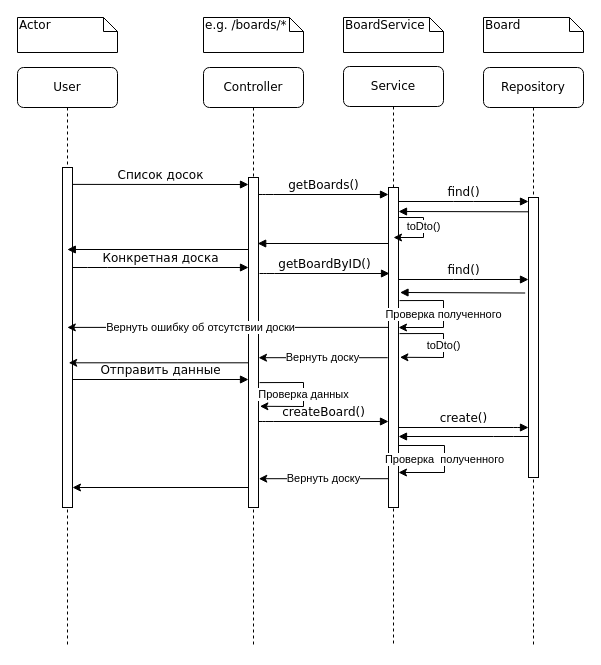
StanEkso/kanban-projecting keeps this draw.io diagram as sequence.drawio. Above is the earlier version. Source tidied: cells renumbered, new cells numbered last; positions are measured from the earlier drawing's top-left corner, leaving out a move shared by most shapes. Both pictures are drawn from the tidied source at 100%, with x=0, y=0 at pixel (17, 17).
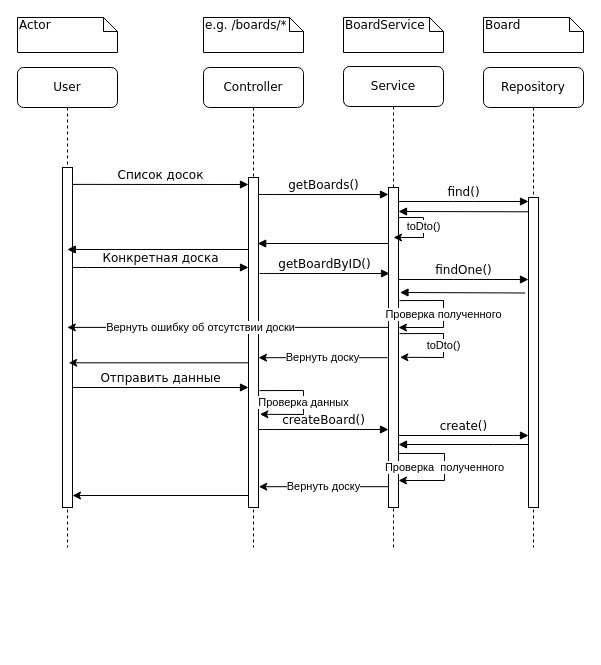
After the change.

Commit message:
fix: sequence renames

Change to the diagram source:
```diff
@@
     <mxCell id="2" value="Controller" style="shape=umlLifeline;perimeter=lifelinePerimeter;whiteSpace=wrap;html=1;rounded=1;shadow=0;comic=0;labelBackgroundColor=none;strokeWidth=1;fontFamily=Verdana;fontSize=12;align=center;" parent="1" vertex="1">
-      <mxGeometry x="186" y="50" width="100" height="580" as="geometry" />
+      <mxGeometry x="186" y="50" width="100" height="480" as="geometry" />
     </mxCell>
@@
     <mxCell id="4" value="Service" style="shape=umlLifeline;perimeter=lifelinePerimeter;whiteSpace=wrap;html=1;rounded=1;shadow=0;comic=0;labelBackgroundColor=none;strokeWidth=1;fontFamily=Verdana;fontSize=12;align=center;" parent="1" vertex="1">
-      <mxGeometry x="326" y="49" width="100" height="580" as="geometry" />
+      <mxGeometry x="326" y="49" width="100" height="481" as="geometry" />
     </mxCell>
@@
     <mxCell id="6" value="Repository" style="shape=umlLifeline;perimeter=lifelinePerimeter;whiteSpace=wrap;html=1;rounded=1;shadow=0;comic=0;labelBackgroundColor=none;strokeWidth=1;fontFamily=Verdana;fontSize=12;align=center;" parent="1" vertex="1">
-      <mxGeometry x="466" y="50" width="100" height="580" as="geometry" />
+      <mxGeometry x="466" y="50" width="100" height="480" as="geometry" />
     </mxCell>
     <mxCell id="7" value="User" style="shape=umlLifeline;perimeter=lifelinePerimeter;whiteSpace=wrap;html=1;rounded=1;shadow=0;comic=0;labelBackgroundColor=none;strokeWidth=1;fontFamily=Verdana;fontSize=12;align=center;" parent="1" vertex="1">
-      <mxGeometry y="50" width="100" height="580" as="geometry" />
+      <mxGeometry y="50" width="100" height="480" as="geometry" />
     </mxCell>
@@
     <mxCell id="11" style="html=1;perimeter=orthogonalPerimeter;rounded=0;shadow=0;comic=0;labelBackgroundColor=none;strokeWidth=1;fontFamily=Verdana;fontSize=12;align=center;" parent="1" vertex="1">
-      <mxGeometry x="511" y="180" width="10" height="280" as="geometry" />
+      <mxGeometry x="511" y="180" width="10" height="310" as="geometry" />
     </mxCell>
@@
-    <mxCell id="25" value="find()" style="html=1;verticalAlign=bottom;endArrow=block;entryX=0;entryY=0;labelBackgroundColor=none;fontFamily=Verdana;fontSize=12;edgeStyle=elbowEdgeStyle;elbow=vertical;" parent="1" edge="1">
+    <mxCell id="25" value="findOne()" style="html=1;verticalAlign=bottom;endArrow=block;entryX=0;entryY=0;labelBackgroundColor=none;fontFamily=Verdana;fontSize=12;edgeStyle=elbowEdgeStyle;elbow=vertical;" parent="1" edge="1">
       <mxGeometry relative="1" as="geometry">
         <mxPoint x="381" y="262" as="sourcePoint" />
         <mxPoint x="511" y="262" as="targetPoint" />
       </mxGeometry>
     </mxCell>
@@
     <mxCell id="30" value="Отправить данные" style="html=1;verticalAlign=bottom;endArrow=block;labelBackgroundColor=none;fontFamily=Verdana;fontSize=12;edgeStyle=elbowEdgeStyle;elbow=vertical;" parent="1" edge="1">
       <mxGeometry relative="1" as="geometry">
-        <mxPoint x="55" y="362" as="sourcePoint" />
-        <mxPoint x="231" y="362" as="targetPoint" />
+        <mxPoint x="55" y="370" as="sourcePoint" />
+        <mxPoint x="231" y="370" as="targetPoint" />
         <Array as="points">
-          <mxPoint x="150" y="362" />
+          <mxPoint x="150" y="370" />
         </Array>
       </mxGeometry>
     </mxCell>
     <mxCell id="31" value="Проверка данных" style="endArrow=classic;html=1;rounded=0;exitX=1.1;exitY=0.736;exitDx=0;exitDy=0;exitPerimeter=0;entryX=1.144;entryY=0.978;entryDx=0;entryDy=0;entryPerimeter=0;" parent="1" edge="1">
       <mxGeometry relative="1" as="geometry">
-        <mxPoint x="242" y="365.1" as="sourcePoint" />
-        <mxPoint x="242.4" y="388.8" as="targetPoint" />
+        <mxPoint x="242" y="373.1" as="sourcePoint" />
+        <mxPoint x="242.4" y="396.8" as="targetPoint" />
         <Array as="points">
-          <mxPoint x="286" y="365" />
-          <mxPoint x="286" y="389" />
+          <mxPoint x="286" y="373" />
+          <mxPoint x="286" y="397" />
         </Array>
       </mxGeometry>
     </mxCell>
     <mxCell id="32" value="createBoard()" style="html=1;verticalAlign=bottom;endArrow=block;labelBackgroundColor=none;fontFamily=Verdana;fontSize=12;edgeStyle=elbowEdgeStyle;elbow=vertical;" parent="1" edge="1">
       <mxGeometry relative="1" as="geometry">
-        <mxPoint x="241" y="404" as="sourcePoint" />
-        <mxPoint x="371" y="404" as="targetPoint" />
+        <mxPoint x="241" y="412" as="sourcePoint" />
+        <mxPoint x="371" y="412" as="targetPoint" />
         <Array as="points">
-          <mxPoint x="246" y="404" />
+          <mxPoint x="246" y="412" />
         </Array>
       </mxGeometry>
     </mxCell>
     <mxCell id="33" value="create()" style="html=1;verticalAlign=bottom;endArrow=block;labelBackgroundColor=none;fontFamily=Verdana;fontSize=12;edgeStyle=elbowEdgeStyle;elbow=vertical;" parent="1" edge="1">
       <mxGeometry relative="1" as="geometry">
-        <mxPoint x="381" y="410" as="sourcePoint" />
-        <mxPoint x="511" y="410" as="targetPoint" />
+        <mxPoint x="381" y="418" as="sourcePoint" />
+        <mxPoint x="511" y="418" as="targetPoint" />
         <Array as="points">
-          <mxPoint x="506" y="410" />
+          <mxPoint x="506" y="418" />
         </Array>
       </mxGeometry>
     </mxCell>
     <mxCell id="34" style="html=1;verticalAlign=bottom;endArrow=block;labelBackgroundColor=none;fontFamily=Verdana;fontSize=12;edgeStyle=elbowEdgeStyle;elbow=vertical;" parent="1" edge="1">
       <mxGeometry relative="1" as="geometry">
-        <mxPoint x="511" y="419" as="sourcePoint" />
-        <mxPoint x="381" y="419" as="targetPoint" />
+        <mxPoint x="511" y="427" as="sourcePoint" />
+        <mxPoint x="381" y="427" as="targetPoint" />
         <Array as="points">
-          <mxPoint x="486" y="419" />
+          <mxPoint x="486" y="427" />
         </Array>
       </mxGeometry>
     </mxCell>
     <mxCell id="35" value="Проверка&amp;nbsp; полученного" style="endArrow=classic;html=1;rounded=0;" parent="1" edge="1">
       <mxGeometry relative="1" as="geometry">
-        <mxPoint x="381" y="428" as="sourcePoint" />
-        <mxPoint x="381" y="455" as="targetPoint" />
+        <mxPoint x="381" y="436" as="sourcePoint" />
+        <mxPoint x="381" y="463" as="targetPoint" />
         <Array as="points">
-          <mxPoint x="427" y="428" />
-          <mxPoint x="427" y="455" />
+          <mxPoint x="427" y="436" />
+          <mxPoint x="427" y="463" />
         </Array>
       </mxGeometry>
     </mxCell>
     <mxCell id="36" value="Вернуть доску" style="endArrow=classic;html=1;rounded=0;entryX=1.034;entryY=0.949;entryDx=0;entryDy=0;entryPerimeter=0;" parent="1" edge="1">
       <mxGeometry relative="1" as="geometry">
-        <mxPoint x="371" y="461.2" as="sourcePoint" />
-        <mxPoint x="241.3" y="461.2" as="targetPoint" />
+        <mxPoint x="371" y="469.2" as="sourcePoint" />
+        <mxPoint x="241.3" y="469.2" as="targetPoint" />
       </mxGeometry>
     </mxCell>
     <mxCell id="37" style="endArrow=classic;html=1;rounded=0;" parent="1" edge="1">
       <mxGeometry relative="1" as="geometry">
-        <mxPoint x="231" y="470" as="sourcePoint" />
-        <mxPoint x="55" y="470" as="targetPoint" />
+        <mxPoint x="231" y="478" as="sourcePoint" />
+        <mxPoint x="55" y="478" as="targetPoint" />
       </mxGeometry>
     </mxCell>
```
